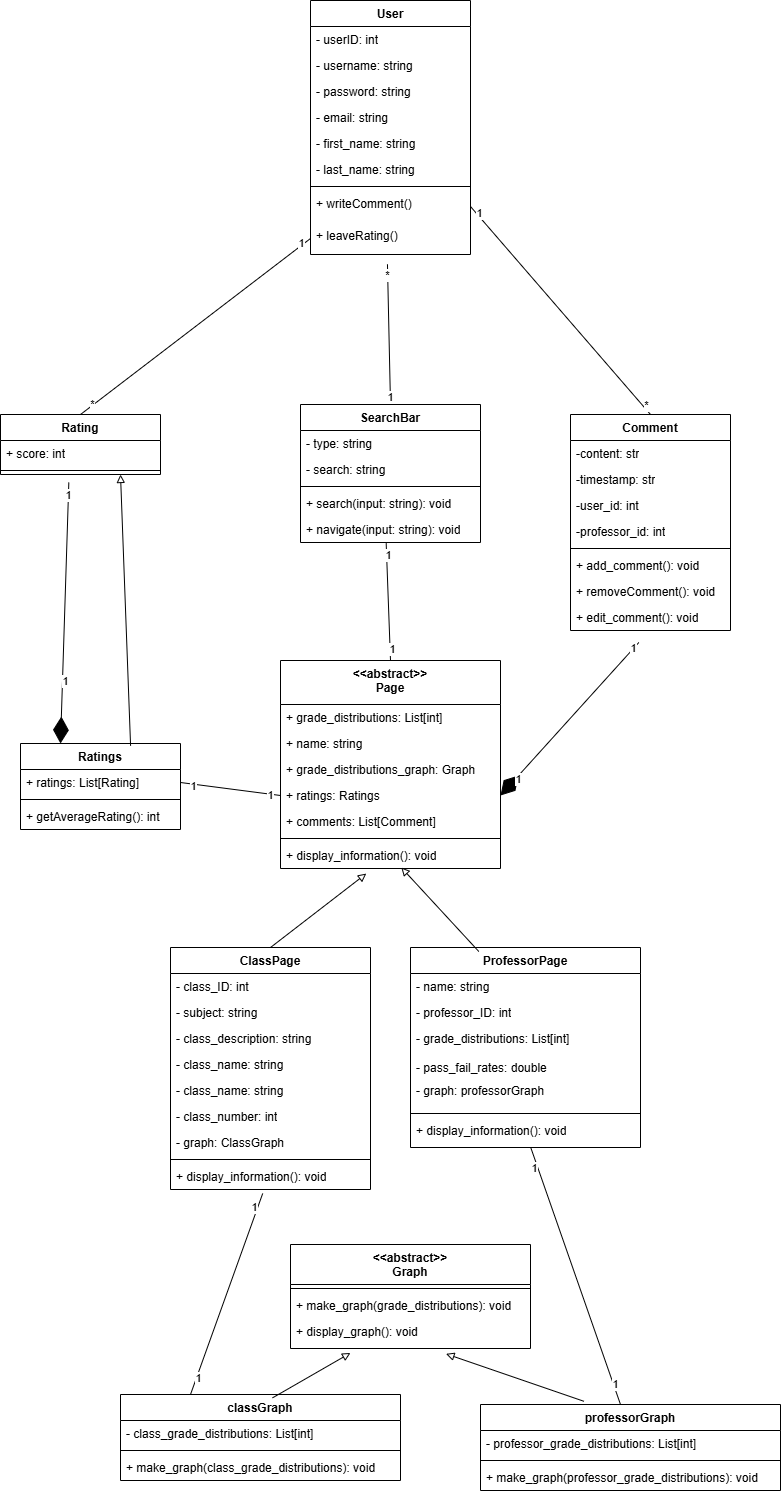
Above: deliverables/images/class_diagram_2.png in jeffreyHoelzel/LouiesRatings (draw.io), before the change. Source tidied: cells renumbered, new cells last; positions are measured from the earlier drawing's top-left corner, leaving out a move shared by most shapes.
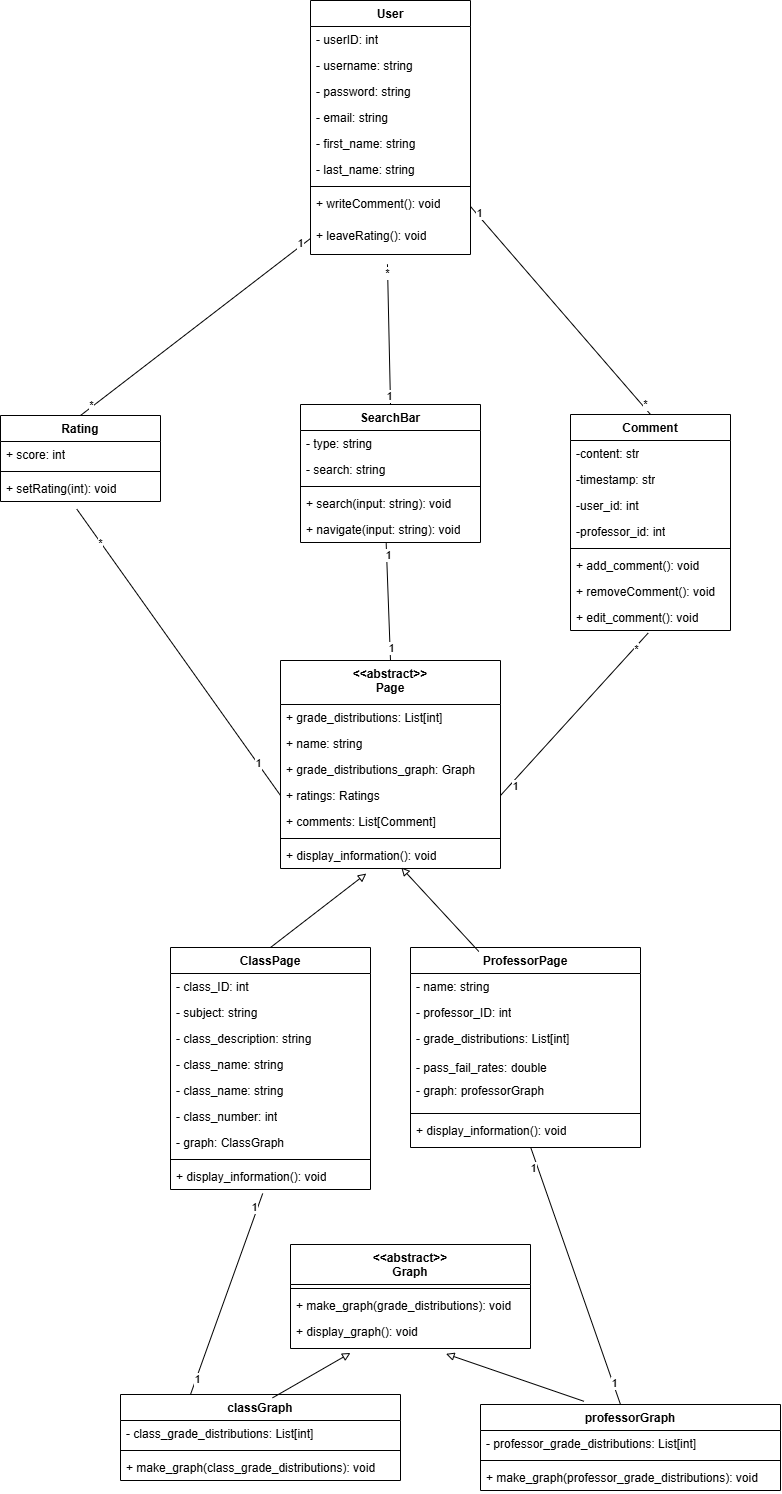
Above is the later version.

Change to the diagram source:
```diff
@@ -26,10 +26,10 @@
     <mxCell id="9" style="line;strokeWidth=1;fillColor=none;align=left;verticalAlign=middle;spacingTop=-1;spacingLeft=3;spacingRight=3;labelPosition=right;strokeColor=inherit;" parent="2" vertex="1">
       <mxGeometry y="182" width="160" height="8" as="geometry" />
     </mxCell>
-    <mxCell id="10" value="+ writeComment()" style="text;strokeColor=none;fillColor=none;align=left;verticalAlign=top;spacingLeft=4;spacingRight=4;overflow=hidden;points=[[0,0.5],[1,0.5]];portConstraint=eastwest;whiteSpace=wrap;html=1;" parent="2" vertex="1">
+    <mxCell id="10" value="+ writeComment(): void" style="text;strokeColor=none;fillColor=none;align=left;verticalAlign=top;spacingLeft=4;spacingRight=4;overflow=hidden;points=[[0,0.5],[1,0.5]];portConstraint=eastwest;whiteSpace=wrap;html=1;" parent="2" vertex="1">
       <mxGeometry y="190" width="160" height="32" as="geometry" />
     </mxCell>
-    <mxCell id="11" value="+ leaveRating()" style="text;strokeColor=none;fillColor=none;align=left;verticalAlign=top;spacingLeft=4;spacingRight=4;overflow=hidden;points=[[0,0.5],[1,0.5]];portConstraint=eastwest;whiteSpace=wrap;html=1;" parent="2" vertex="1">
+    <mxCell id="11" value="+ leaveRating(): void" style="text;strokeColor=none;fillColor=none;align=left;verticalAlign=top;spacingLeft=4;spacingRight=4;overflow=hidden;points=[[0,0.5],[1,0.5]];portConstraint=eastwest;whiteSpace=wrap;html=1;" parent="2" vertex="1">
       <mxGeometry y="222" width="160" height="32" as="geometry" />
     </mxCell>
     <mxCell id="12" value="Comment" style="swimlane;fontStyle=1;align=center;verticalAlign=top;horizontal=1;startSize=26;whiteSpace=wrap;html=1;" parent="1" vertex="1">
@@ -60,7 +60,7 @@
       <mxGeometry y="190" width="160" height="26" as="geometry" />
     </mxCell>
     <mxCell id="21" value="Rating" style="swimlane;fontStyle=1;align=center;verticalAlign=top;horizontal=1;startSize=26;whiteSpace=wrap;html=1;" parent="1" vertex="1">
-      <mxGeometry y="414" width="160" height="60" as="geometry" />
+      <mxGeometry y="415" width="160" height="86" as="geometry" />
     </mxCell>
     <mxCell id="22" value="+ score: int" style="text;strokeColor=none;fillColor=none;align=left;verticalAlign=top;spacingLeft=4;spacingRight=4;overflow=hidden;whiteSpace=wrap;html=1;" parent="21" vertex="1">
       <mxGeometry y="26" width="160" height="26" as="geometry" />
@@ -68,6 +68,9 @@
     <mxCell id="23" style="line;strokeWidth=1;fillColor=none;align=left;verticalAlign=middle;spacingTop=-1;spacingLeft=3;spacingRight=3;labelPosition=right;points=[];portConstraint=eastwest;strokeColor=inherit;" parent="21" vertex="1">
       <mxGeometry y="52" width="160" height="8" as="geometry" />
     </mxCell>
+    <mxCell id="103" value="+ setRating(int): void" style="text;strokeColor=none;fillColor=none;align=left;verticalAlign=top;spacingLeft=4;spacingRight=4;overflow=hidden;points=[[0,0.5],[1,0.5]];portConstraint=eastwest;whiteSpace=wrap;html=1;" parent="21" vertex="1">
+      <mxGeometry y="60" width="160" height="26" as="geometry" />
+    </mxCell>
     <mxCell id="24" value="&amp;lt;&amp;lt;abstract&amp;gt;&amp;gt;&lt;div&gt;Graph&lt;/div&gt;" style="swimlane;fontStyle=1;align=center;verticalAlign=top;horizontal=1;startSize=40;whiteSpace=wrap;html=1;" parent="1" vertex="1">
       <mxGeometry x="290" y="1244" width="240" height="104" as="geometry" />
     </mxCell>
@@ -110,17 +113,6 @@
     <mxCell id="37" value="1" style="edgeLabel;html=1;align=center;verticalAlign=middle;" parent="35" vertex="1">
       <mxGeometry x="-0.79" y="-1" relative="1" as="geometry" />
     </mxCell>
-    <mxCell id="38" style="endArrow=diamondThin;endFill=1;endSize=24;html=1;rounded=0;entryX=1;entryY=0.5;entryDx=0;entryDy=0;exitX=0.427;exitY=1.462;exitDx=0;exitDy=0;exitPerimeter=0;" parent="1" edge="1" source="20">
-      <mxGeometry relative="1" as="geometry">
-        <mxPoint x="500" y="795" as="targetPoint" />
-      </mxGeometry>
-    </mxCell>
-    <mxCell id="39" value="1" style="edgeLabel;html=1;align=center;verticalAlign=middle;" parent="38" vertex="1">
-      <mxGeometry x="0.77" y="1" relative="1" as="geometry" />
-    </mxCell>
-    <mxCell id="40" value="1" style="edgeLabel;html=1;align=center;verticalAlign=middle;" parent="38" vertex="1">
-      <mxGeometry x="-0.91" y="-1" relative="1" as="geometry" />
-    </mxCell>
     <mxCell id="41" style="endArrow=none;html=1;rounded=0;exitX=0.481;exitY=1.305;exitDx=0;exitDy=0;entryX=0.5;entryY=0;entryDx=0;entryDy=0;exitPerimeter=0;" parent="1" edge="1" source="11" target="44">
       <mxGeometry relative="1" as="geometry" />
     </mxCell>
@@ -208,15 +200,6 @@
     <mxCell id="69" style="endArrow=block;html=1;rounded=0;entryX=0.549;entryY=0.962;entryDx=0;entryDy=0;entryPerimeter=0;exitX=0.297;exitY=0.02;exitDx=0;exitDy=0;exitPerimeter=0;endFill=0;" parent="1" edge="1" source="28" target="67">
       <mxGeometry relative="1" as="geometry" />
     </mxCell>
-    <mxCell id="70" style="endArrow=diamondThin;endFill=1;endSize=24;html=1;rounded=0;exitX=0.427;exitY=2;exitDx=0;exitDy=0;exitPerimeter=0;entryX=0.25;entryY=0;entryDx=0;entryDy=0;" parent="1" edge="1" source="23" target="95">
-      <mxGeometry relative="1" as="geometry" />
-    </mxCell>
-    <mxCell id="71" value="1" style="edgeLabel;html=1;align=center;verticalAlign=middle;" parent="70" vertex="1">
-      <mxGeometry x="-0.91" y="-1" relative="1" as="geometry" />
-    </mxCell>
-    <mxCell id="72" value="1" style="edgeLabel;html=1;align=center;verticalAlign=middle;" parent="70" vertex="1">
-      <mxGeometry x="0.51" y="2" relative="1" as="geometry" />
-    </mxCell>
     <mxCell id="73" style="endArrow=none;html=1;rounded=0;exitX=0.5;exitY=0;exitDx=0;exitDy=0;entryX=0;entryY=0.5;entryDx=0;entryDy=0;" parent="1" edge="1" source="21" target="11">
       <mxGeometry relative="1" as="geometry" />
     </mxCell>
@@ -287,19 +270,7 @@
     <mxCell id="94" value="1" style="edgeLabel;html=1;align=center;verticalAlign=middle;" parent="92" vertex="1">
       <mxGeometry x="0.85" y="4" relative="1" as="geometry" />
     </mxCell>
-    <mxCell id="95" value="Ratings" style="swimlane;fontStyle=1;align=center;verticalAlign=top;horizontal=1;startSize=26;whiteSpace=wrap;html=1;" parent="1" vertex="1">
-      <mxGeometry x="20" y="743" width="160" height="86" as="geometry" />
-    </mxCell>
-    <mxCell id="96" value="+ ratings: List[Rating]" style="text;strokeColor=none;fillColor=none;align=left;verticalAlign=top;spacingLeft=4;spacingRight=4;overflow=hidden;points=[[0,0.5],[1,0.5]];portConstraint=eastwest;whiteSpace=wrap;html=1;" parent="95" vertex="1">
-      <mxGeometry y="26" width="160" height="26" as="geometry" />
-    </mxCell>
-    <mxCell id="97" style="line;strokeWidth=1;fillColor=none;align=left;verticalAlign=middle;spacingTop=-1;spacingLeft=3;spacingRight=3;labelPosition=right;strokeColor=inherit;" parent="95" vertex="1">
-      <mxGeometry y="52" width="160" height="8" as="geometry" />
-    </mxCell>
-    <mxCell id="98" value="+ getAverageRating(): int" style="text;strokeColor=none;fillColor=none;align=left;verticalAlign=top;spacingLeft=4;spacingRight=4;overflow=hidden;whiteSpace=wrap;html=1;" parent="95" vertex="1">
-      <mxGeometry y="60" width="160" height="26" as="geometry" />
-    </mxCell>
-    <mxCell id="99" style="endArrow=none;html=1;rounded=0;exitX=1;exitY=0.5;exitDx=0;exitDy=0;entryX=0;entryY=0.5;entryDx=0;entryDy=0;" parent="1" edge="1" source="96" target="64">
+    <mxCell id="99" style="endArrow=none;html=1;rounded=0;exitX=0.477;exitY=1.293;exitDx=0;exitDy=0;entryX=0;entryY=0.5;entryDx=0;entryDy=0;exitPerimeter=0;" parent="1" edge="1" source="103" target="64">
       <mxGeometry relative="1" as="geometry" />
     </mxCell>
     <mxCell id="100" value="1" style="edgeLabel;html=1;align=center;verticalAlign=middle;" parent="99" vertex="1">
@@ -307,11 +278,19 @@
         <mxPoint y="1" as="offset" />
       </mxGeometry>
     </mxCell>
-    <mxCell id="101" value="1" style="edgeLabel;html=1;align=center;verticalAlign=middle;" parent="99" vertex="1">
+    <mxCell id="101" value="*" style="edgeLabel;html=1;align=center;verticalAlign=middle;" parent="99" vertex="1">
       <mxGeometry x="-0.77" y="-1" relative="1" as="geometry" />
     </mxCell>
-    <mxCell id="102" style="endArrow=block;html=1;rounded=0;exitX=0.688;exitY=0.027;exitDx=0;exitDy=0;exitPerimeter=0;endFill=0;entryX=0.75;entryY=1;entryDx=0;entryDy=0;" parent="1" edge="1" source="95" target="21">
-      <mxGeometry relative="1" as="geometry" />
-    </mxCell>
+    <mxCell id="104" style="endArrow=none;html=1;rounded=0;exitX=1;exitY=0.5;exitDx=0;exitDy=0;entryX=0.486;entryY=1.093;entryDx=0;entryDy=0;entryPerimeter=0;" parent="1" edge="1" source="64" target="20">
+      <mxGeometry relative="1" as="geometry" />
+    </mxCell>
+    <mxCell id="105" value="1" style="edgeLabel;html=1;align=center;verticalAlign=middle;" parent="104" vertex="1">
+      <mxGeometry x="-0.85" y="-4" relative="1" as="geometry">
+        <mxPoint x="1" as="offset" />
+      </mxGeometry>
+    </mxCell>
+    <mxCell id="106" value="*" style="edgeLabel;html=1;align=center;verticalAlign=middle;" parent="104" vertex="1">
+      <mxGeometry x="0.82" y="-2" relative="1" as="geometry" />
+    </mxCell>
   </root>
 </mxGraphModel>
```
